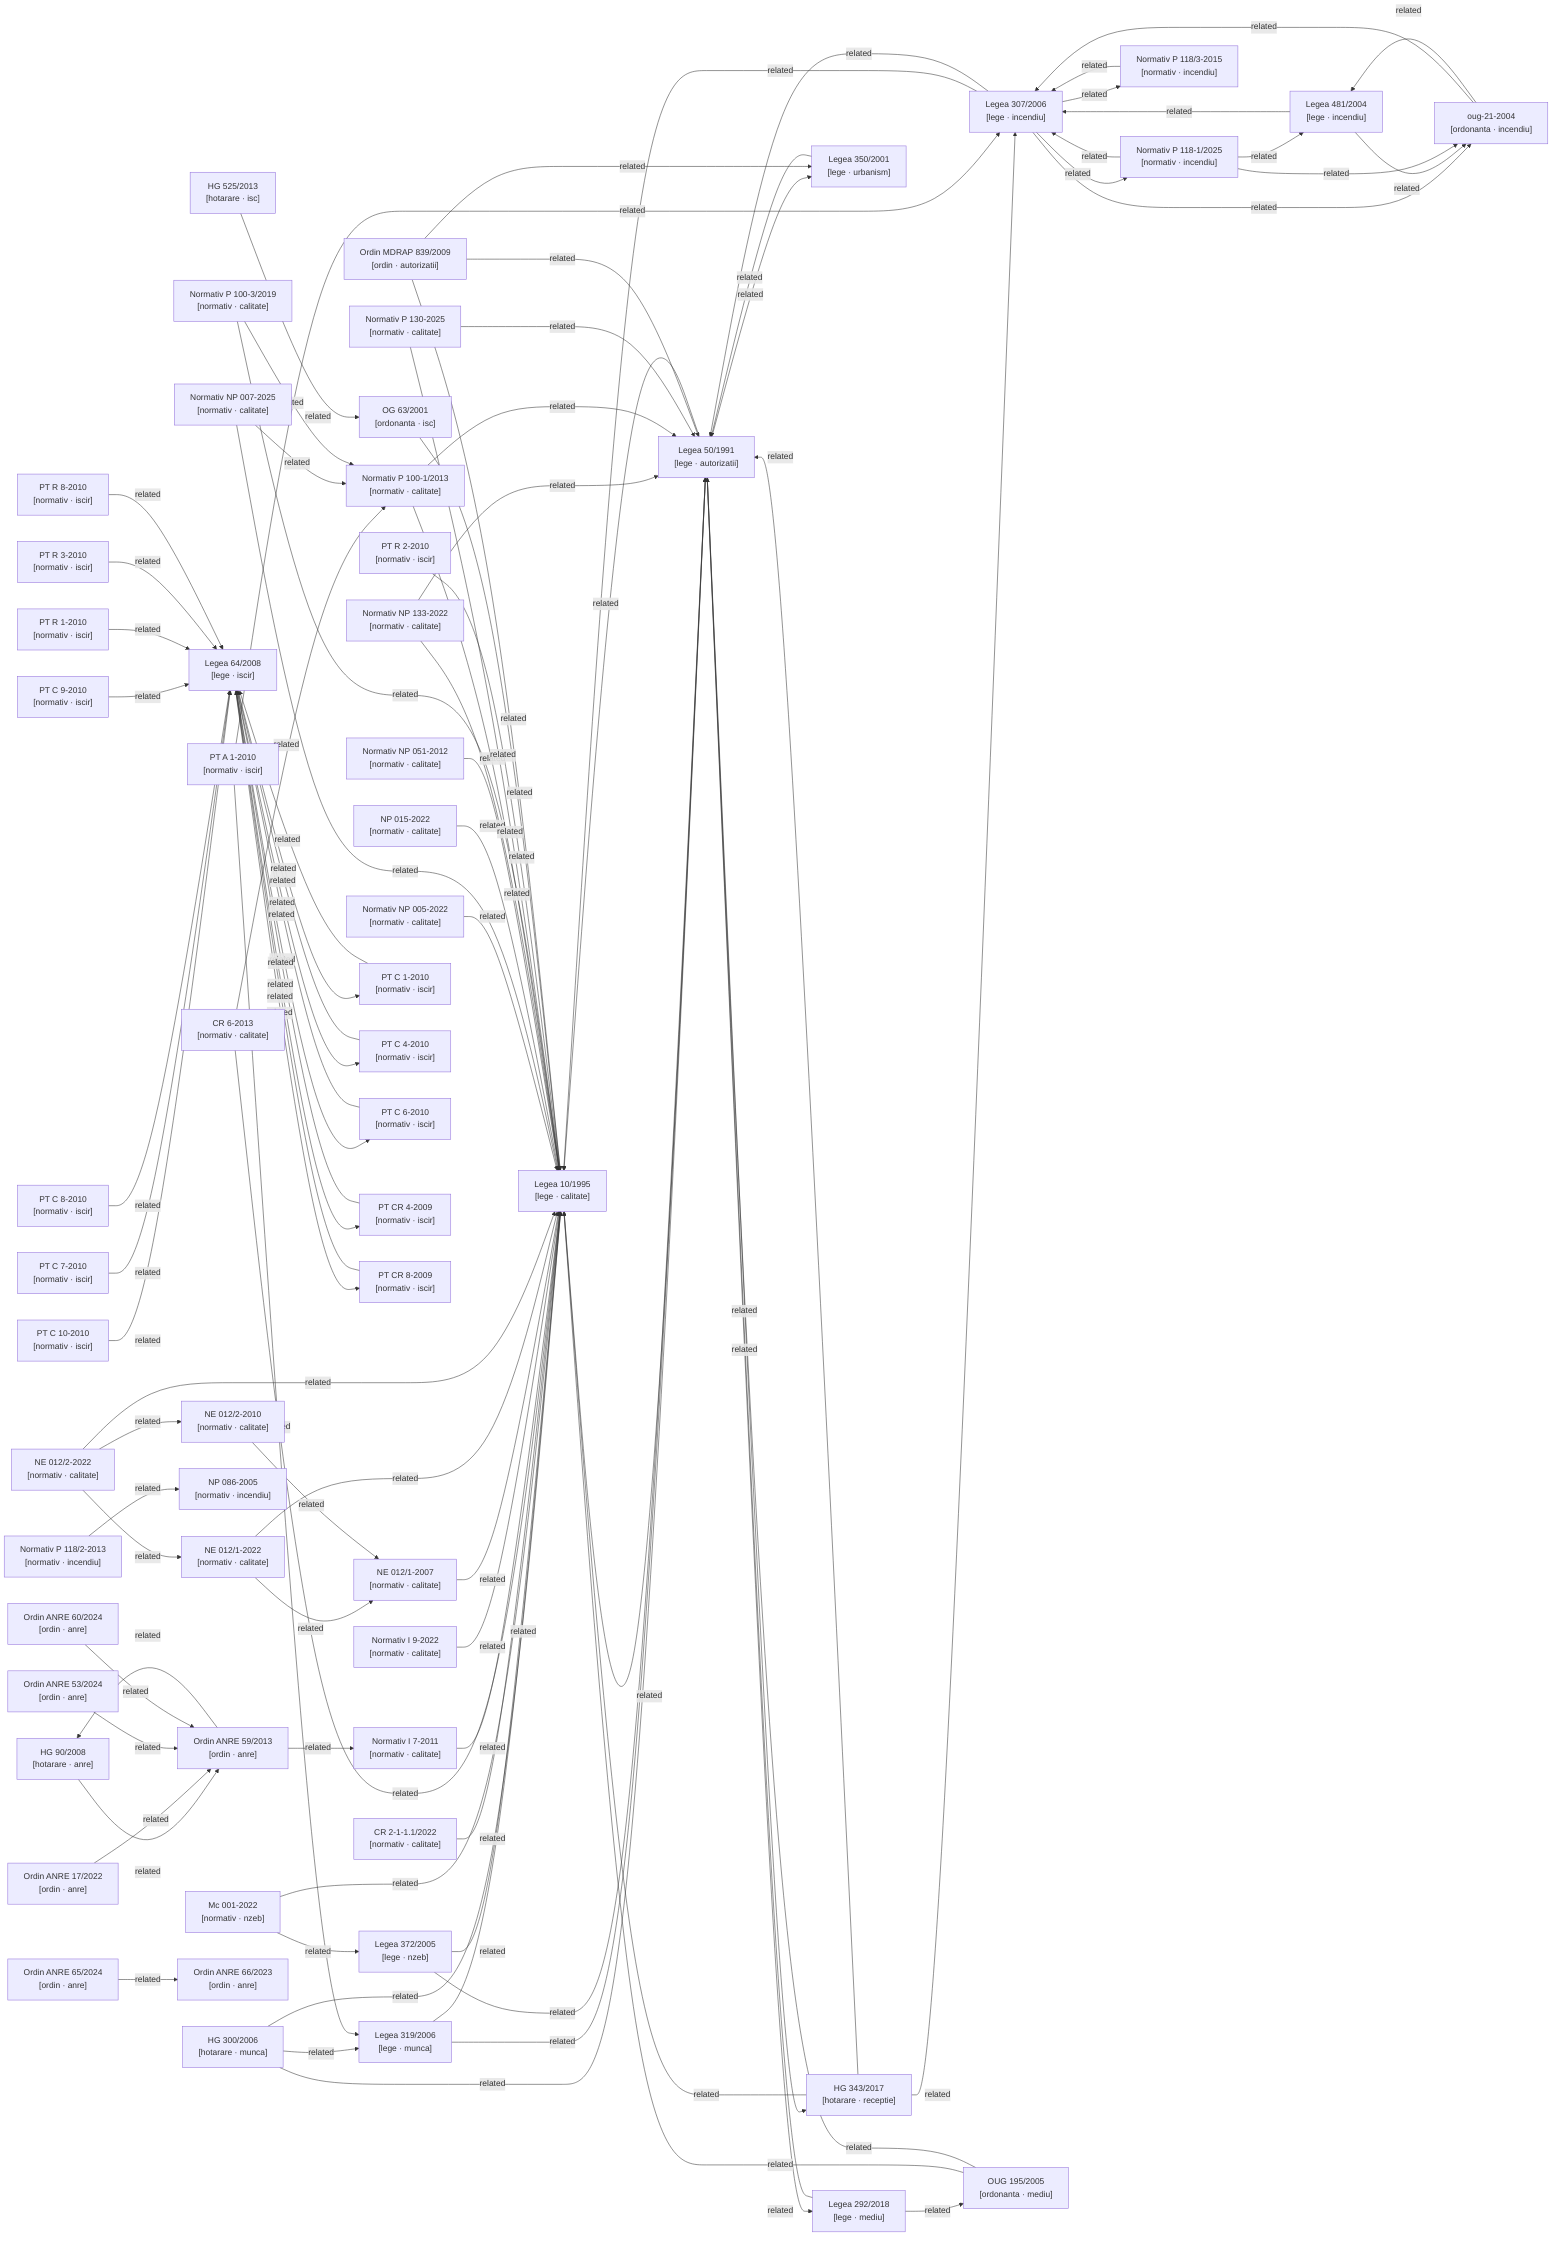
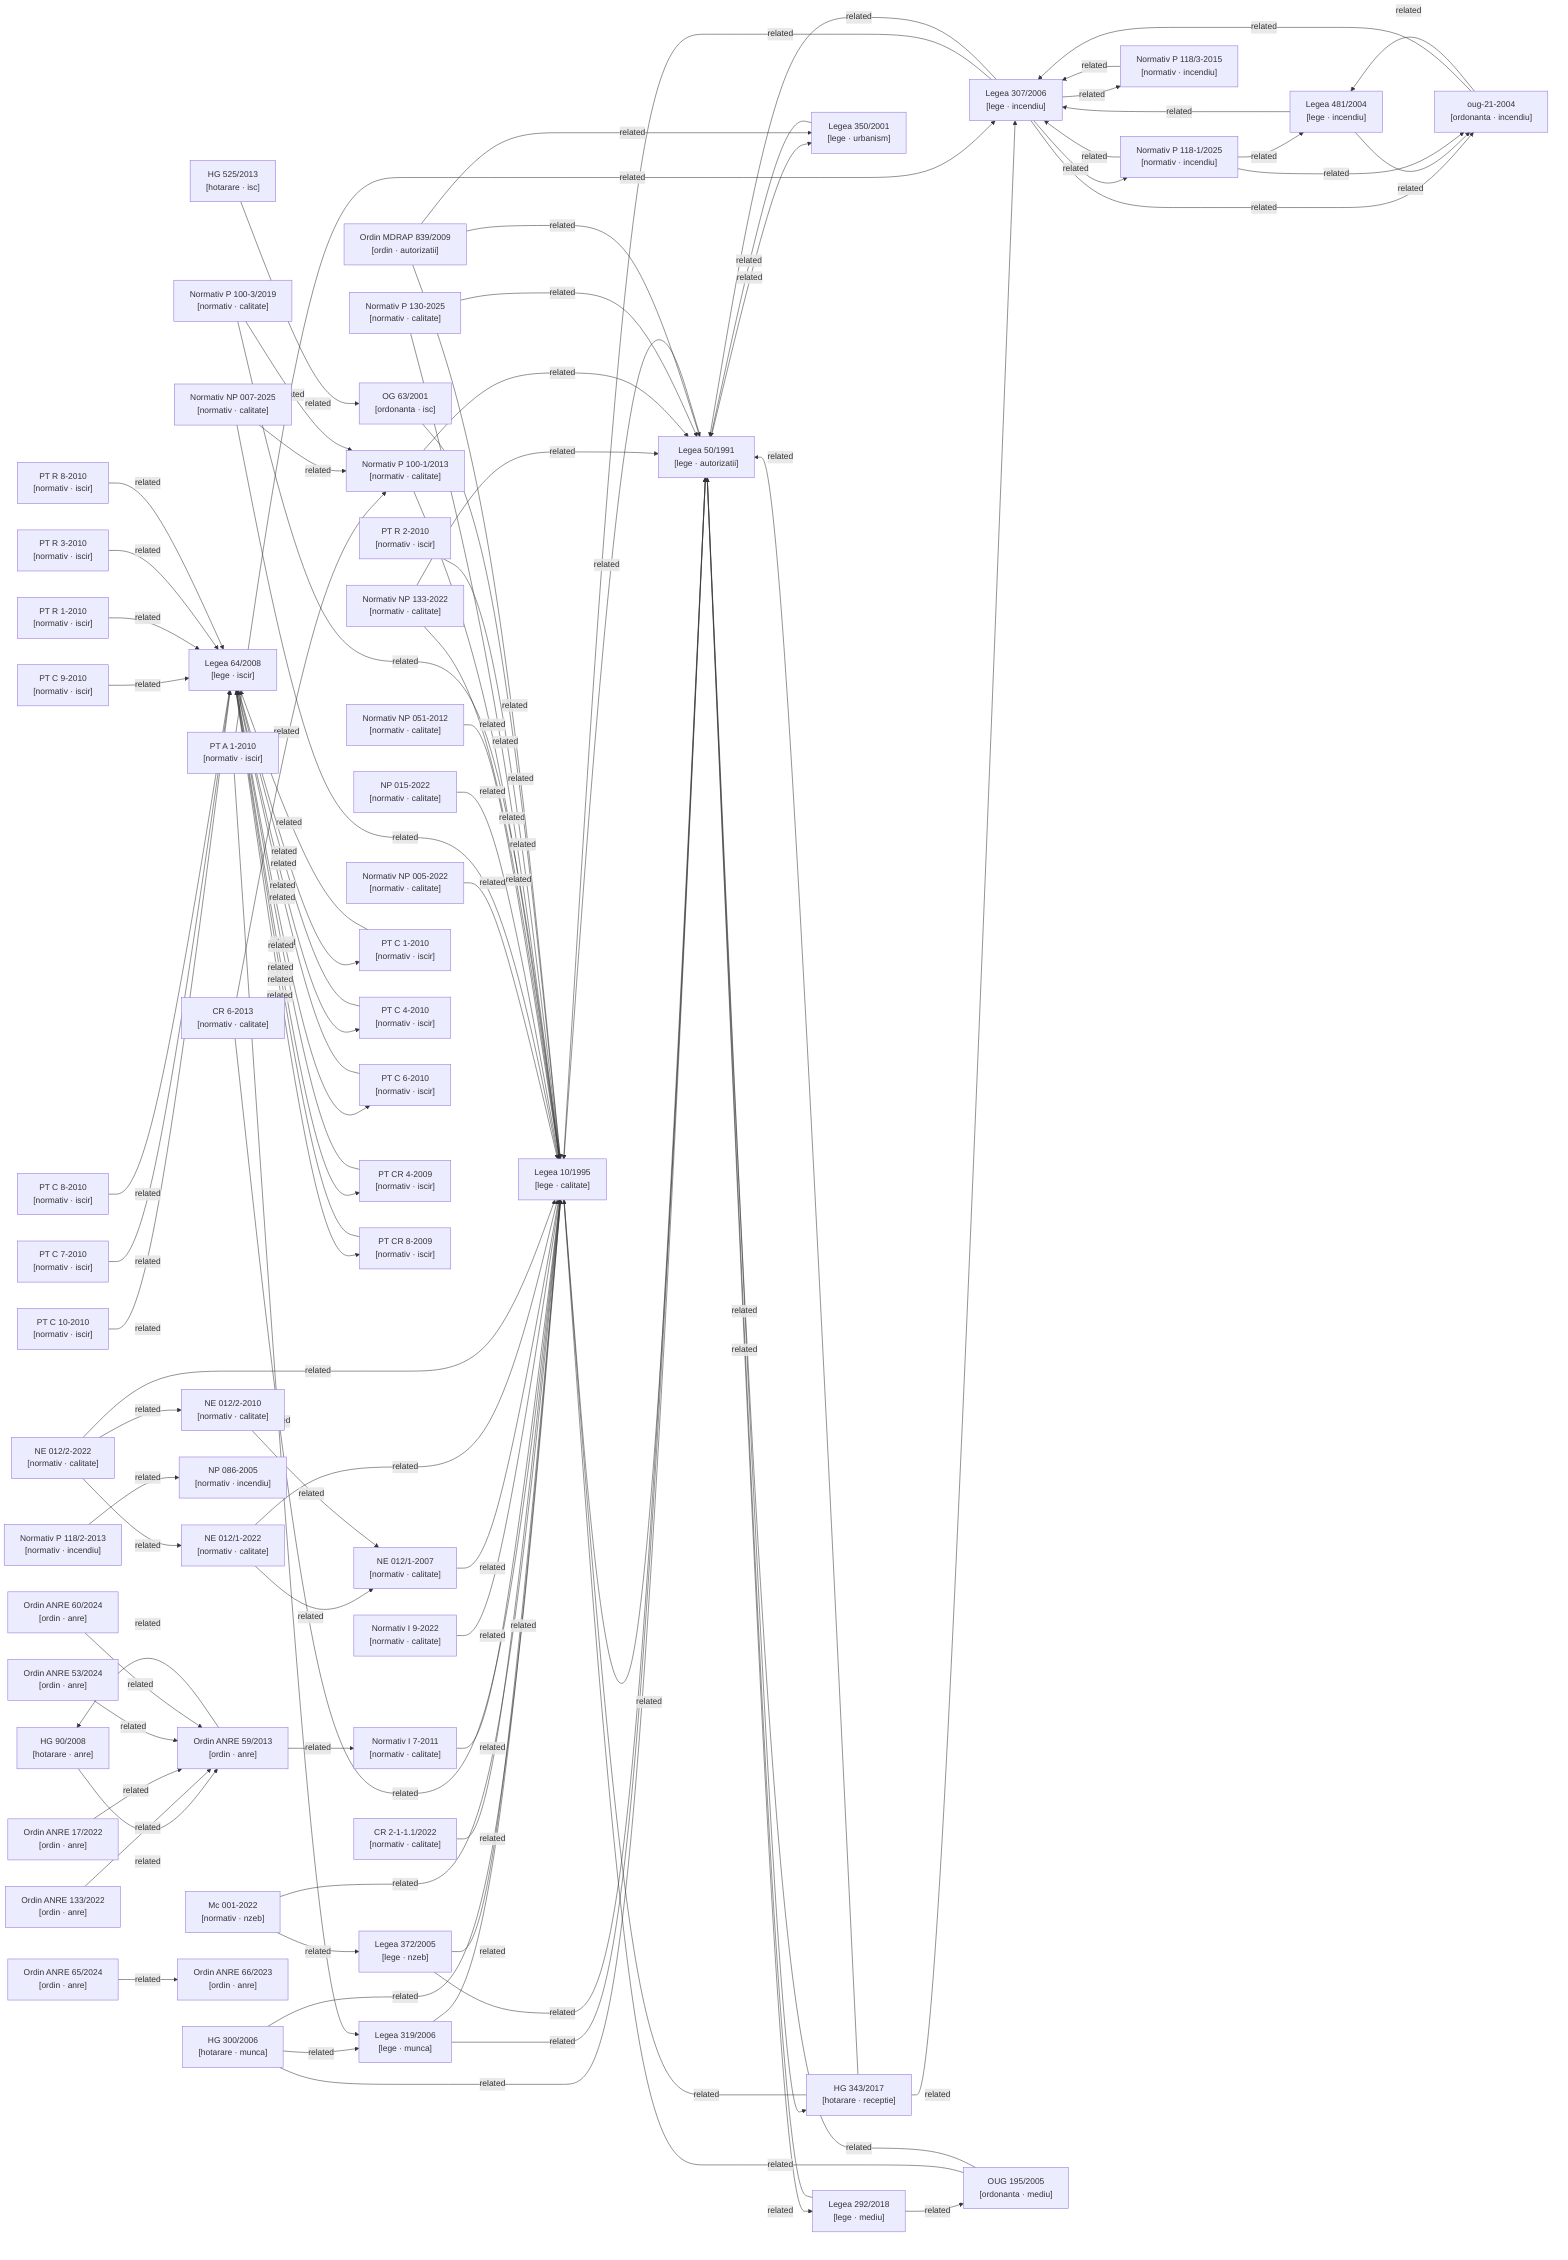
graph LR

  %% Nodes
  hg-300-2006["HG 300/2006\n[hotarare · munca]"]
  hg-343-2017["HG 343/2017\n[hotarare · receptie]"]
  hg-525-2013["HG 525/2013\n[hotarare · isc]"]
  hg-90-2008["HG 90/2008\n[hotarare · anre]"]
  lege-10-1995["Legea 10/1995\n[lege · calitate]"]
  lege-292-2018["Legea 292/2018\n[lege · mediu]"]
  lege-307-2006["Legea 307/2006\n[lege · incendiu]"]
  lege-319-2006["Legea 319/2006\n[lege · munca]"]
  lege-350-2001["Legea 350/2001\n[lege · urbanism]"]
  lege-372-2005["Legea 372/2005\n[lege · nzeb]"]
  lege-481-2004["Legea 481/2004\n[lege · incendiu]"]
  lege-50-1991["Legea 50/1991\n[lege · autorizatii]"]
  lege-64-2008["Legea 64/2008\n[lege · iscir]"]
  metodologie-mc001-2022["Mc 001-2022\n[normativ · nzeb]"]
  normativ-cr2-1-1-1-2022["CR 2-1-1.1/2022\n[normativ · calitate]"]
  normativ-cr6-2013["CR 6-2013\n[normativ · calitate]"]
  normativ-i7-2011["Normativ I 7-2011\n[normativ · calitate]"]
  normativ-i9-2022["Normativ I 9-2022\n[normativ · calitate]"]
  normativ-ne012-1-2007["NE 012/1-2007\n[normativ · calitate]"]
  normativ-ne012-1-2022["NE 012/1-2022\n[normativ · calitate]"]
  normativ-ne012-2-2010["NE 012/2-2010\n[normativ · calitate]"]
  normativ-ne012-2-2022["NE 012/2-2022\n[normativ · calitate]"]
  normativ-np005-2022["Normativ NP 005-2022\n[normativ · calitate]"]
  normativ-np007-2025["Normativ NP 007-2025\n[normativ · calitate]"]
  normativ-np015-2022["NP 015-2022\n[normativ · calitate]"]
  normativ-np051-2012["Normativ NP 051-2012\n[normativ · calitate]"]
  normativ-np086-2005["NP 086-2005\n[normativ · incendiu]"]
  normativ-np133-2022["Normativ NP 133-2022\n[normativ · calitate]"]
  normativ-p100-1-2013["Normativ P 100-1/2013\n[normativ · calitate]"]
  normativ-p100-3-2019["Normativ P 100-3/2019\n[normativ · calitate]"]
  normativ-p118-1-2025["Normativ P 118-1/2025\n[normativ · incendiu]"]
  normativ-p118-2-2013["Normativ P 118/2-2013\n[normativ · incendiu]"]
  normativ-p118-3-2015["Normativ P 118/3-2015\n[normativ · incendiu]"]
  normativ-p130-2025["Normativ P 130-2025\n[normativ · calitate]"]
  normativ-pt-a1-2010["PT A 1-2010\n[normativ · iscir]"]
  normativ-pt-c1-2010["PT C 1-2010\n[normativ · iscir]"]
  normativ-pt-c10-2010["PT C 10-2010\n[normativ · iscir]"]
  normativ-pt-c4-2010["PT C 4-2010\n[normativ · iscir]"]
  normativ-pt-c6-2010["PT C 6-2010\n[normativ · iscir]"]
  normativ-pt-c7-2010["PT C 7-2010\n[normativ · iscir]"]
  normativ-pt-c8-2010["PT C 8-2010\n[normativ · iscir]"]
  normativ-pt-c9-2010["PT C 9-2010\n[normativ · iscir]"]
  normativ-pt-cr4-2009["PT CR 4-2009\n[normativ · iscir]"]
  normativ-pt-cr8-2009["PT CR 8-2009\n[normativ · iscir]"]
  normativ-pt-r1-2010["PT R 1-2010\n[normativ · iscir]"]
  normativ-pt-r2-2010["PT R 2-2010\n[normativ · iscir]"]
  normativ-pt-r3-2010["PT R 3-2010\n[normativ · iscir]"]
  normativ-pt-r8-2010["PT R 8-2010\n[normativ · iscir]"]
  og-63-2001["OG 63/2001\n[ordonanta · isc]"]
  ordin-839-2009["Ordin MDRAP 839/2009\n[ordin · autorizatii]"]
+   ordin-anre-133-2022["Ordin ANRE 133/2022\n[ordin · anre]"]
  ordin-anre-17-2022["Ordin ANRE 17/2022\n[ordin · anre]"]
  ordin-anre-53-2024["Ordin ANRE 53/2024\n[ordin · anre]"]
  ordin-anre-59-2013["Ordin ANRE 59/2013\n[ordin · anre]"]
  ordin-anre-60-2024["Ordin ANRE 60/2024\n[ordin · anre]"]
  ordin-anre-65-2024["Ordin ANRE 65/2024\n[ordin · anre]"]
  ordin-anre-66-2023["Ordin ANRE 66/2023\n[ordin · anre]"]
  oug-195-2005["OUG 195/2005\n[ordonanta · mediu]"]
  oug-21-2004["oug-21-2004\n[ordonanta · incendiu]"]

  %% Confirmed relationships (from metadata related_acts)
  hg-300-2006 -->|related| lege-10-1995
  hg-300-2006 -->|related| lege-319-2006
  hg-300-2006 -->|related| lege-50-1991
  hg-343-2017 -->|related| lege-10-1995
  hg-343-2017 -->|related| lege-307-2006
  hg-343-2017 -->|related| lege-50-1991
  hg-525-2013 -->|related| og-63-2001
  hg-90-2008 -->|related| ordin-anre-59-2013
  lege-10-1995 -->|related| lege-50-1991
  lege-292-2018 -->|related| lege-50-1991
  lege-292-2018 -->|related| oug-195-2005
  lege-307-2006 -->|related| lege-10-1995
  lege-307-2006 -->|related| lege-50-1991
  lege-307-2006 -->|related| normativ-p118-1-2025
  lege-307-2006 -->|related| normativ-p118-3-2015
  lege-307-2006 -->|related| oug-21-2004
  lege-319-2006 -->|related| lege-10-1995
  lege-319-2006 -->|related| lege-50-1991
  lege-350-2001 -->|related| lege-50-1991
  lege-372-2005 -->|related| lege-10-1995
  lege-372-2005 -->|related| lege-50-1991
  lege-481-2004 -->|related| lege-307-2006
  lege-481-2004 -->|related| oug-21-2004
  lege-50-1991 -->|related| hg-343-2017
  lege-50-1991 -->|related| lege-10-1995
  lege-50-1991 -->|related| lege-292-2018
  lege-50-1991 -->|related| lege-350-2001
  lege-64-2008 -->|related| normativ-pt-c1-2010
  lege-64-2008 -->|related| normativ-pt-c4-2010
  lege-64-2008 -->|related| normativ-pt-c6-2010
  lege-64-2008 -->|related| normativ-pt-cr4-2009
  lege-64-2008 -->|related| normativ-pt-cr8-2009
  metodologie-mc001-2022 -->|related| lege-10-1995
  metodologie-mc001-2022 -->|related| lege-372-2005
  normativ-cr2-1-1-1-2022 -->|related| lege-10-1995
  normativ-cr6-2013 -->|related| lege-10-1995
  normativ-cr6-2013 -->|related| normativ-p100-1-2013
  normativ-i7-2011 -->|related| lege-10-1995
  normativ-i9-2022 -->|related| lege-10-1995
  normativ-ne012-1-2007 -->|related| lege-10-1995
  normativ-ne012-1-2022 -->|related| lege-10-1995
  normativ-ne012-1-2022 -->|related| normativ-ne012-1-2007
  normativ-ne012-2-2010 -->|related| normativ-ne012-1-2007
  normativ-ne012-2-2022 -->|related| lege-10-1995
  normativ-ne012-2-2022 -->|related| normativ-ne012-1-2022
  normativ-ne012-2-2022 -->|related| normativ-ne012-2-2010
  normativ-np005-2022 -->|related| lege-10-1995
  normativ-np007-2025 -->|related| lege-10-1995
  normativ-np007-2025 -->|related| normativ-p100-1-2013
  normativ-np015-2022 -->|related| lege-10-1995
  normativ-np051-2012 -->|related| lege-10-1995
  normativ-np133-2022 -->|related| lege-10-1995
  normativ-np133-2022 -->|related| lege-50-1991
  normativ-p100-1-2013 -->|related| lege-10-1995
  normativ-p100-1-2013 -->|related| lege-50-1991
  normativ-p100-3-2019 -->|related| lege-10-1995
  normativ-p100-3-2019 -->|related| normativ-p100-1-2013
  normativ-p118-1-2025 -->|related| lege-307-2006
  normativ-p118-1-2025 -->|related| lege-481-2004
  normativ-p118-1-2025 -->|related| oug-21-2004
  normativ-p118-2-2013 -->|related| normativ-np086-2005
  normativ-p118-3-2015 -->|related| lege-307-2006
  normativ-p130-2025 -->|related| lege-10-1995
  normativ-p130-2025 -->|related| lege-50-1991
  normativ-pt-a1-2010 -->|related| lege-307-2006
  normativ-pt-a1-2010 -->|related| lege-319-2006
  normativ-pt-c1-2010 -->|related| lege-64-2008
  normativ-pt-c10-2010 -->|related| lege-64-2008
  normativ-pt-c4-2010 -->|related| lege-64-2008
  normativ-pt-c6-2010 -->|related| lege-64-2008
  normativ-pt-c7-2010 -->|related| lege-64-2008
  normativ-pt-c8-2010 -->|related| lege-64-2008
  normativ-pt-c9-2010 -->|related| lege-64-2008
  normativ-pt-cr4-2009 -->|related| lege-64-2008
  normativ-pt-cr8-2009 -->|related| lege-64-2008
  normativ-pt-r1-2010 -->|related| lege-64-2008
  normativ-pt-r2-2010 -->|related| lege-10-1995
  normativ-pt-r3-2010 -->|related| lege-64-2008
  normativ-pt-r8-2010 -->|related| lege-64-2008
  og-63-2001 -->|related| lege-10-1995
  ordin-839-2009 -->|related| lege-10-1995
  ordin-839-2009 -->|related| lege-350-2001
  ordin-839-2009 -->|related| lege-50-1991
+   ordin-anre-133-2022 -->|related| ordin-anre-59-2013
  ordin-anre-17-2022 -->|related| ordin-anre-59-2013
  ordin-anre-53-2024 -->|related| ordin-anre-59-2013
  ordin-anre-59-2013 -->|related| hg-90-2008
  ordin-anre-59-2013 -->|related| normativ-i7-2011
  ordin-anre-60-2024 -->|related| ordin-anre-59-2013
  ordin-anre-65-2024 -->|related| ordin-anre-66-2023
  oug-195-2005 -->|related| lege-10-1995
  oug-195-2005 -->|related| lege-50-1991
  oug-21-2004 -->|related| lege-307-2006
  oug-21-2004 -->|related| lege-481-2004

  %% Auto-detected relationships (needs_review)
